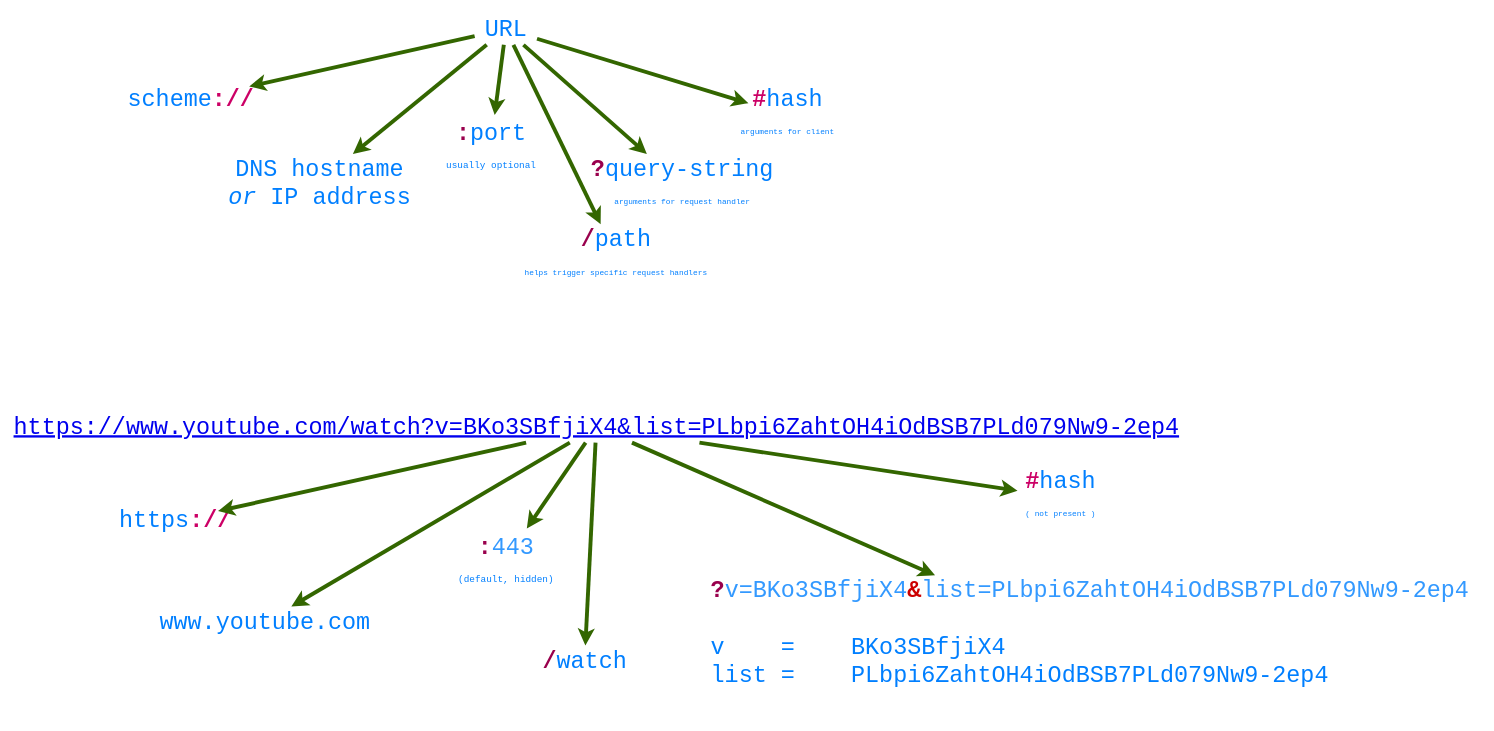
The draw.io diagram page "url grammar" (10 of 11) of src/imgs/draw.io.drawio in tejaswigowda/book.programmingthecloud.com, before the edit. Source tidied: cells renumbered, new cells numbered last; positions are measured from the earlier drawing's top-left corner, leaving out a move shared by most shapes. Both pictures are drawn from the tidied source at 78%, with x=0, y=0 at pixel (85, 13).
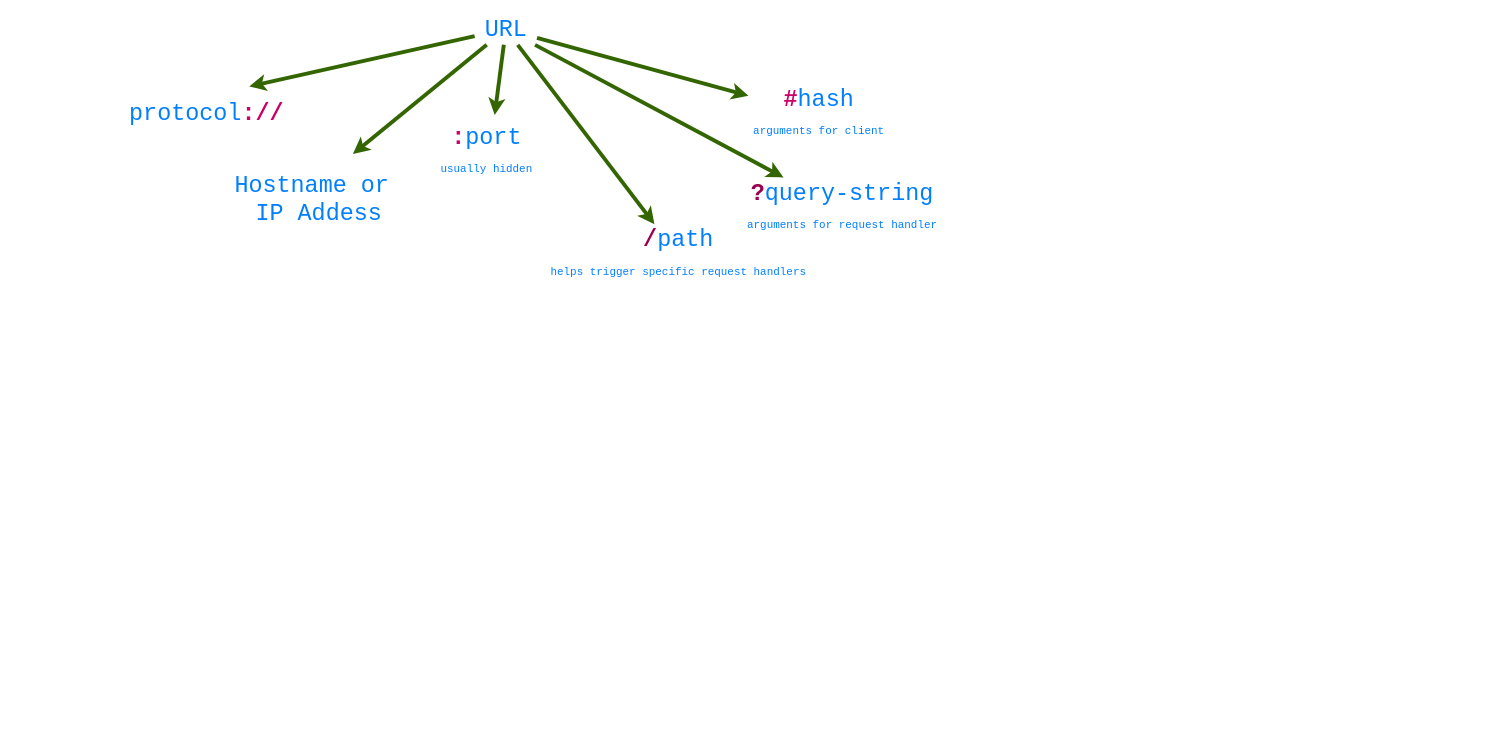
The same diagram, later.

Change to the diagram source:
```diff
@@
-    <mxCell id="2" value="URL" style="text;html=1;points=[];align=center;verticalAlign=top;spacingTop=-4;fontSize=30;fontColor=#007FFF;fontFamily=Courier New;rounded=1;glass=1;" parent="1" vertex="1">
+    <mxCell id="2" value="URL" style="text;html=1;points=[];align=center;verticalAlign=top;spacingTop=-4;fontSize=30;fontColor=#007FFF;fontFamily=Courier New;rounded=0;glass=0;" parent="1" vertex="1">
       <mxGeometry x="499" width="80" height="40" as="geometry" />
     </mxCell>
-    <mxCell id="3" value="scheme&lt;font color=&quot;#cc0066&quot;&gt;&lt;b&gt;://&lt;/b&gt;&lt;/font&gt;" style="text;html=1;points=[];align=center;verticalAlign=top;spacingTop=-4;fontSize=30;fontColor=#007FFF;labelBackgroundColor=#ffffff;rounded=1;glass=1;fontFamily=Courier New;" parent="1" vertex="1">
-      <mxGeometry x="60" y="90" width="150" height="40" as="geometry" />
-    </mxCell>
-    <mxCell id="4" value="&lt;font color=&quot;#99004d&quot;&gt;&lt;b&gt;:&lt;/b&gt;&lt;/font&gt;port&lt;br style=&quot;font-size: 12px&quot;&gt;&lt;font style=&quot;font-size: 12px ; line-height: 50%&quot;&gt;usually optional&lt;br&gt;&lt;br&gt;&lt;/font&gt;" style="text;html=1;fontSize=30;fontColor=#007FFF;labelBackgroundColor=#ffffff;align=center;glass=1;rounded=1;fontFamily=Courier New;" parent="1" vertex="1">
-      <mxGeometry x="469" y="130" width="101" height="80" as="geometry" />
-    </mxCell>
-    <mxCell id="5" value="DNS hostname&lt;br style=&quot;font-size: 30px&quot;&gt;&lt;i&gt;or &lt;/i&gt;IP address" style="text;html=1;points=[];align=center;verticalAlign=top;spacingTop=-4;fontSize=30;fontColor=#007FFF;labelBackgroundColor=#ffffff;glass=1;rounded=1;fontFamily=Courier New;" parent="1" vertex="1">
-      <mxGeometry x="190" y="180" width="220" height="70" as="geometry" />
-    </mxCell>
-    <mxCell id="6" value="&lt;b&gt;&lt;font color=&quot;#99004d&quot;&gt;/&lt;/font&gt;&lt;/b&gt;path&lt;br style=&quot;font-size: 12px&quot;&gt;&lt;font size=&quot;1&quot;&gt;helps trigger specific request handlers&lt;/font&gt;" style="text;html=1;points=[];align=center;verticalAlign=top;spacingTop=-4;fontSize=30;fontColor=#007FFF;labelBorderColor=none;glass=1;rounded=1;fontFamily=Courier New;" parent="1" vertex="1">
-      <mxGeometry x="590" y="270" width="180" height="80" as="geometry" />
+    <mxCell id="6" value="&lt;b&gt;&lt;font color=&quot;#99004d&quot;&gt;/&lt;/font&gt;&lt;/b&gt;path&lt;br style=&quot;font-size: 12px&quot;&gt;&lt;font style=&quot;font-size: 14px&quot;&gt;helps trigger specific request handlers&lt;/font&gt;" style="text;html=1;points=[];align=center;verticalAlign=top;spacingTop=-4;fontSize=30;fontColor=#007FFF;labelBorderColor=none;glass=0;rounded=0;fontFamily=Courier New;" parent="1" vertex="1">
+      <mxGeometry x="590" y="270" width="340" height="80" as="geometry" />
     </mxCell>
-    <mxCell id="7" value="&lt;font color=&quot;#99004d&quot;&gt;&lt;b&gt;?&lt;/b&gt;&lt;/font&gt;query-string&lt;br style=&quot;font-size: 12px&quot;&gt;&lt;font size=&quot;1&quot;&gt;arguments for request handler&lt;/font&gt;" style="text;html=1;points=[];align=center;verticalAlign=top;spacingTop=-4;fontSize=30;fontColor=#007FFF;rounded=1;glass=1;fontFamily=Courier New;" parent="1" vertex="1">
-      <mxGeometry x="670" y="180" width="190" height="80" as="geometry" />
+    <mxCell id="7" value="&lt;font color=&quot;#99004d&quot;&gt;&lt;b&gt;?&lt;/b&gt;&lt;/font&gt;query-string&lt;br style=&quot;font-size: 12px&quot;&gt;&lt;font style=&quot;font-size: 14px&quot;&gt;arguments for request handler&lt;/font&gt;" style="text;html=1;points=[];align=center;verticalAlign=top;spacingTop=-4;fontSize=30;fontColor=#007FFF;rounded=0;glass=0;fontFamily=Courier New;" parent="1" vertex="1">
+      <mxGeometry x="840" y="210" width="260" height="80" as="geometry" />
     </mxCell>
-    <mxCell id="8" value="&lt;font color=&quot;#cc0066&quot;&gt;&lt;b&gt;#&lt;/b&gt;&lt;/font&gt;hash&lt;br style=&quot;font-size: 12px&quot;&gt;&lt;font size=&quot;1&quot;&gt;arguments for client&lt;/font&gt;" style="text;html=1;points=[];align=center;verticalAlign=top;spacingTop=-4;fontSize=30;fontColor=#007FFF;rounded=1;glass=1;fontFamily=Courier New;" parent="1" vertex="1">
-      <mxGeometry x="850" y="90" width="100" height="80" as="geometry" />
+    <mxCell id="8" value="&lt;font color=&quot;#cc0066&quot;&gt;&lt;b&gt;#&lt;/b&gt;&lt;/font&gt;hash&lt;br style=&quot;font-size: 12px&quot;&gt;&lt;font style=&quot;font-size: 14px&quot;&gt;arguments for client&lt;/font&gt;" style="text;html=1;points=[];align=center;verticalAlign=top;spacingTop=-4;fontSize=30;fontColor=#007FFF;rounded=0;glass=0;fontFamily=Courier New;" parent="1" vertex="1">
+      <mxGeometry x="850" y="90" width="180" height="80" as="geometry" />
     </mxCell>
-    <mxCell id="9" style="endArrow=classic;html=1;strokeColor=#336600;strokeWidth=5;fontSize=30;fontColor=#00CC66;fontFamily=Courier New;align=center;" parent="1" edge="1" source="2" target="3">
-      <mxGeometry relative="1" as="geometry" />
+    <mxCell id="9" style="endArrow=classic;html=1;strokeColor=#336600;strokeWidth=5;fontSize=30;fontColor=#00CC66;fontFamily=Courier New;align=center;" parent="1" edge="1" source="2">
+      <mxGeometry relative="1" as="geometry">
+        <mxPoint x="210" y="93.3" as="targetPoint" />
+      </mxGeometry>
     </mxCell>
-    <mxCell id="10" style="endArrow=classic;html=1;strokeColor=#336600;strokeWidth=5;fontSize=30;fontColor=#00CC66;fontFamily=Courier New;align=center;" parent="1" edge="1" source="2" target="5">
-      <mxGeometry relative="1" as="geometry" />
+    <mxCell id="10" style="endArrow=classic;html=1;strokeColor=#336600;strokeWidth=5;fontSize=30;fontColor=#00CC66;fontFamily=Courier New;align=center;" parent="1" edge="1" source="2">
+      <mxGeometry relative="1" as="geometry">
+        <mxPoint x="342.9" y="180" as="targetPoint" />
+      </mxGeometry>
     </mxCell>
-    <mxCell id="11" style="endArrow=classic;html=1;strokeColor=#336600;strokeWidth=5;fontSize=30;fontColor=#00CC66;fontFamily=Courier New;align=center;" parent="1" edge="1" source="2" target="4">
-      <mxGeometry relative="1" as="geometry" />
+    <mxCell id="11" style="endArrow=classic;html=1;strokeColor=#336600;strokeWidth=5;fontSize=30;fontColor=#00CC66;fontFamily=Courier New;align=center;" parent="1" edge="1" source="2">
+      <mxGeometry relative="1" as="geometry">
+        <mxPoint x="524.7" y="130" as="targetPoint" />
+      </mxGeometry>
     </mxCell>
@@
-    <mxCell id="15" value="&lt;a href=&quot;https://www.youtube.com/watch?v=BKo3SBfjiX4&amp;amp;list=PLbpi6ZahtOH4iOdBSB7PLd079Nw9-2ep4&quot;&gt;https://www.youtube.com/watch?v=BKo3SBfjiX4&amp;amp;list=PLbpi6ZahtOH4iOdBSB7PLd079Nw9-2ep4&lt;/a&gt;" style="text;html=1;points=[];align=center;verticalAlign=top;spacingTop=-4;fontSize=30;fontColor=#007FFF;fontFamily=Courier New;glass=1;rounded=1;" parent="1" vertex="1">
-      <mxGeometry y="510" width="1310" height="40" as="geometry" />
-    </mxCell>
-    <mxCell id="16" value="https&lt;font color=&quot;#cc0066&quot;&gt;&lt;b&gt;://&lt;/b&gt;&lt;/font&gt;" style="text;html=1;points=[];align=center;verticalAlign=top;spacingTop=-4;fontSize=30;fontColor=#007FFF;labelBackgroundColor=#ffffff;rounded=1;glass=1;fontFamily=Courier New;" parent="1" vertex="1">
-      <mxGeometry x="60" y="630" width="110" height="40" as="geometry" />
-    </mxCell>
-    <mxCell id="17" value="&lt;font color=&quot;#99004d&quot; style=&quot;font-weight: bold&quot;&gt;:&lt;/font&gt;&lt;font color=&quot;#3399ff&quot;&gt;443&lt;/font&gt;&lt;br style=&quot;font-size: 12px&quot;&gt;&lt;font style=&quot;font-size: 12px ; line-height: 50%&quot;&gt;(default, hidden)&lt;br&gt;&lt;/font&gt;" style="text;html=1;fontSize=30;fontColor=#007FFF;labelBackgroundColor=#ffffff;align=center;glass=1;rounded=1;fontFamily=Courier New;" parent="1" vertex="1">
-      <mxGeometry x="470" y="660" width="137" height="80" as="geometry" />
-    </mxCell>
-    <mxCell id="18" value="www.youtube.com" style="text;html=1;points=[];align=center;verticalAlign=top;spacingTop=-4;fontSize=30;fontColor=#007FFF;labelBackgroundColor=#ffffff;glass=1;rounded=1;fontFamily=Courier New;" parent="1" vertex="1">
-      <mxGeometry x="100" y="760" width="260" height="40" as="geometry" />
-    </mxCell>
-    <mxCell id="19" value="&lt;b&gt;&lt;font color=&quot;#99004d&quot;&gt;/&lt;/font&gt;&lt;/b&gt;watch&lt;br style=&quot;font-size: 12px&quot;&gt;" style="text;html=1;points=[];align=center;verticalAlign=top;spacingTop=-4;fontSize=30;fontColor=#007FFF;labelBorderColor=none;glass=1;rounded=1;fontFamily=Courier New;" parent="1" vertex="1">
-      <mxGeometry x="590" y="810" width="100" height="40" as="geometry" />
-    </mxCell>
-    <mxCell id="20" value="&lt;font color=&quot;#99004d&quot;&gt;&lt;b&gt;?&lt;/b&gt;&lt;/font&gt;&lt;font color=&quot;#3399ff&quot;&gt;v=BKo3SBfjiX4&lt;/font&gt;&lt;b&gt;&lt;font color=&quot;#cc0000&quot;&gt;&amp;amp;&lt;/font&gt;&lt;/b&gt;&lt;font color=&quot;#3399ff&quot;&gt;list=PLbpi6ZahtOH4iOdBSB7PLd079Nw9-2ep4&lt;br&gt;&lt;/font&gt;&lt;span&gt;&lt;br&gt;v&amp;nbsp; &amp;nbsp; =&amp;nbsp; &amp;nbsp; BKo3SBfjiX4&lt;/span&gt;&lt;font color=&quot;#3399ff&quot;&gt;&lt;br&gt;&lt;/font&gt;&lt;div&gt;list =&amp;nbsp; &amp;nbsp; PLbpi6ZahtOH4iOdBSB7PLd079Nw9-2ep4&lt;/div&gt;&lt;div&gt;&lt;br&gt;&lt;/div&gt;" style="text;html=1;points=[];align=left;verticalAlign=top;spacingTop=-4;fontSize=30;fontColor=#007FFF;rounded=1;glass=1;fontFamily=Courier New;" parent="1" vertex="1">
-      <mxGeometry x="800" y="720" width="990" height="180" as="geometry" />
-    </mxCell>
-    <mxCell id="21" value="&lt;font color=&quot;#cc0066&quot;&gt;&lt;b&gt;#&lt;/b&gt;&lt;/font&gt;hash&lt;br style=&quot;font-size: 12px&quot;&gt;&lt;font size=&quot;1&quot;&gt;( not present )&lt;/font&gt;" style="text;html=1;points=[];align=center;verticalAlign=top;spacingTop=-4;fontSize=30;fontColor=#007FFF;rounded=1;glass=1;fontFamily=Courier New;" parent="1" vertex="1">
-      <mxGeometry x="1195" y="580" width="110" height="80" as="geometry" />
-    </mxCell>
-    <mxCell id="22" style="endArrow=classic;html=1;strokeColor=#336600;strokeWidth=5;fontSize=30;fontColor=#00CC66;fontFamily=Courier New;align=center;" parent="1" edge="1" source="15" target="16">
-      <mxGeometry relative="1" as="geometry" />
-    </mxCell>
-    <mxCell id="23" style="endArrow=classic;html=1;strokeColor=#336600;strokeWidth=5;fontSize=30;fontColor=#00CC66;fontFamily=Courier New;align=center;" parent="1" edge="1" source="15" target="18">
-      <mxGeometry relative="1" as="geometry" />
-    </mxCell>
-    <mxCell id="24" style="endArrow=classic;html=1;strokeColor=#336600;strokeWidth=5;fontSize=30;fontColor=#00CC66;fontFamily=Courier New;align=center;" parent="1" edge="1" source="15" target="17">
-      <mxGeometry relative="1" as="geometry" />
-    </mxCell>
-    <mxCell id="25" style="endArrow=classic;html=1;strokeColor=#336600;strokeWidth=5;fontSize=30;fontColor=#00CC66;fontFamily=Courier New;align=center;" parent="1" edge="1" source="15" target="19">
-      <mxGeometry relative="1" as="geometry" />
-    </mxCell>
-    <mxCell id="26" style="endArrow=classic;html=1;strokeColor=#336600;strokeWidth=5;fontSize=30;fontColor=#00CC66;fontFamily=Courier New;align=center;" parent="1" edge="1" source="15" target="20">
-      <mxGeometry relative="1" as="geometry" />
-    </mxCell>
-    <mxCell id="27" style="endArrow=classic;html=1;strokeColor=#336600;strokeWidth=5;fontSize=30;fontColor=#00CC66;fontFamily=Courier New;align=center;" parent="1" edge="1" source="15" target="21">
-      <mxGeometry relative="1" as="geometry" />
-    </mxCell>
+    <mxCell id="28" style="text;html=1;align=left;verticalAlign=top;spacingTop=-4;fontSize=21;fontFamily=Courier New;fontColor=#FF0080;" parent="1" vertex="1">
+      <mxGeometry x="522" y="148" width="20" height="30" as="geometry" />
+    </mxCell>
+    <mxCell id="29" value="&lt;font color=&quot;#cc0066&quot;&gt;&lt;b&gt;:&lt;/b&gt;&lt;/font&gt;port&lt;br style=&quot;font-size: 12px&quot;&gt;&lt;font style=&quot;font-size: 14px&quot;&gt;usually hidden&lt;/font&gt;" style="text;html=1;align=center;verticalAlign=top;spacingTop=-4;fontSize=30;fontColor=#007FFF;rounded=0;glass=0;fontFamily=Courier New;" parent="1" vertex="1">
+      <mxGeometry x="449" y="138" width="130" height="80" as="geometry" />
+    </mxCell>
+    <mxCell id="30" value="Hostname or&lt;br&gt;&amp;nbsp;IP Addess&lt;br style=&quot;font-size: 12px&quot;&gt;" style="text;html=1;align=center;verticalAlign=top;spacingTop=-4;fontSize=30;fontColor=#007FFF;rounded=0;glass=0;fontFamily=Courier New;" parent="1" vertex="1">
+      <mxGeometry x="185" y="200" width="210" height="70" as="geometry" />
+    </mxCell>
+    <mxCell id="31" value="protocol&lt;font color=&quot;#cc0066&quot;&gt;&lt;b&gt;://&lt;/b&gt;&lt;/font&gt;" style="text;html=1;align=center;verticalAlign=top;spacingTop=-4;fontSize=30;fontColor=#007FFF;rounded=0;glass=0;fontFamily=Courier New;" parent="1" vertex="1">
+      <mxGeometry x="50" y="108" width="210" height="40" as="geometry" />
+    </mxCell>
```
